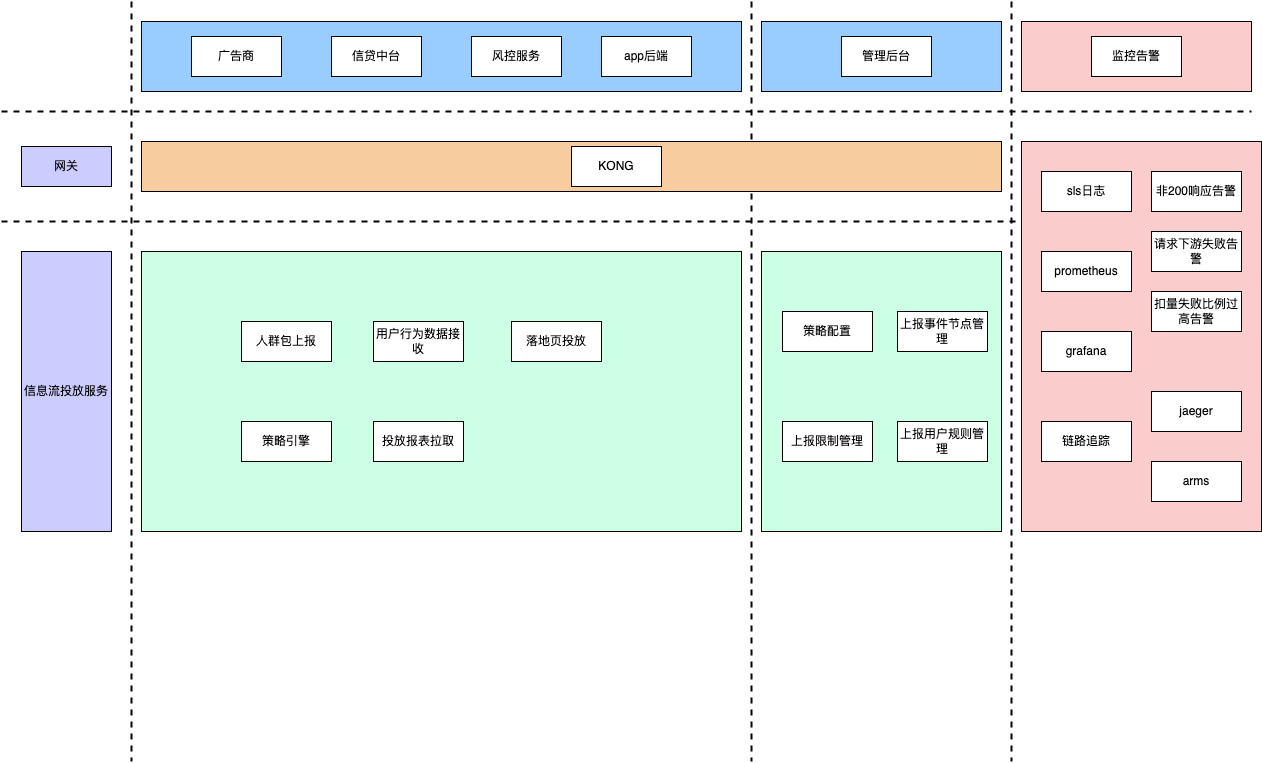
Before: 信息流投放架构.png, a diagram exported from draw.io (yuanlj-tea/picgo). Source tidied: cells renumbered, new cells last; positions are measured from the earlier drawing's top-left corner, leaving out a move shared by most shapes.
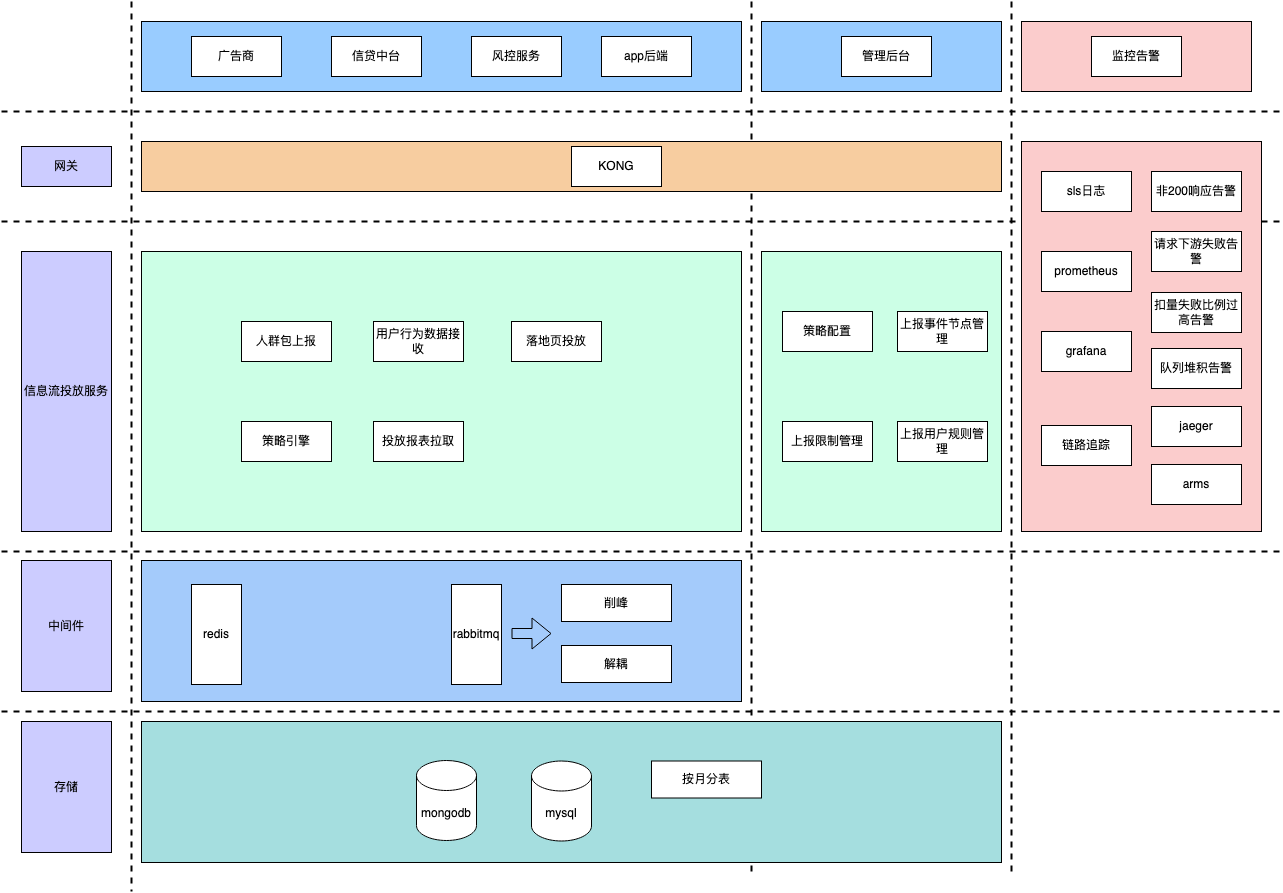
After the commit.

Commit message:
更新信息流投放架构.png

The edit, as a diff of the source:
```diff
@@ -20,13 +20,13 @@
     <mxCell id="7" style="endArrow=none;dashed=1;html=1;rounded=0;strokeWidth=2;" parent="1" edge="1">
       <mxGeometry relative="1" as="geometry">
         <mxPoint y="110" as="sourcePoint" />
-        <mxPoint x="1250" y="110" as="targetPoint" />
+        <mxPoint x="1280" y="110" as="targetPoint" />
       </mxGeometry>
     </mxCell>
     <mxCell id="8" style="endArrow=none;dashed=1;html=1;rounded=0;strokeWidth=2;" parent="1" edge="1">
       <mxGeometry relative="1" as="geometry">
         <mxPoint x="750" as="sourcePoint" />
-        <mxPoint x="750" y="760" as="targetPoint" />
+        <mxPoint x="750" y="870" as="targetPoint" />
       </mxGeometry>
     </mxCell>
     <mxCell id="9" style="rounded=0;whiteSpace=wrap;html=1;fillColor=#99CCFF;" parent="1" vertex="1">
@@ -38,7 +38,7 @@
     <mxCell id="11" style="endArrow=none;dashed=1;html=1;rounded=0;strokeWidth=2;" parent="1" edge="1">
       <mxGeometry relative="1" as="geometry">
         <mxPoint x="130" as="sourcePoint" />
-        <mxPoint x="130" y="760" as="targetPoint" />
+        <mxPoint x="130" y="890" as="targetPoint" />
       </mxGeometry>
     </mxCell>
     <mxCell id="12" value="网关" style="rounded=0;whiteSpace=wrap;html=1;fillColor=#CCCCFF;" parent="1" vertex="1">
@@ -50,7 +50,7 @@
     <mxCell id="14" style="endArrow=none;dashed=1;html=1;rounded=0;strokeWidth=2;" parent="1" edge="1">
       <mxGeometry relative="1" as="geometry">
         <mxPoint y="220" as="sourcePoint" />
-        <mxPoint x="1250" y="220" as="targetPoint" />
+        <mxPoint x="1280" y="220" as="targetPoint" />
       </mxGeometry>
     </mxCell>
     <mxCell id="15" value="KONG" style="rounded=0;whiteSpace=wrap;html=1;" parent="1" vertex="1">
@@ -68,7 +68,7 @@
     <mxCell id="19" style="endArrow=none;dashed=1;html=1;rounded=0;strokeWidth=2;" parent="1" edge="1">
       <mxGeometry relative="1" as="geometry">
         <mxPoint x="1010" as="sourcePoint" />
-        <mxPoint x="1010" y="760" as="targetPoint" />
+        <mxPoint x="1010" y="870" as="targetPoint" />
       </mxGeometry>
     </mxCell>
     <mxCell id="20" style="rounded=0;whiteSpace=wrap;html=1;fillColor=#CCFFE6;" parent="1" vertex="1">
@@ -123,16 +123,70 @@
       <mxGeometry x="1040" y="330" width="90" height="40" as="geometry" />
     </mxCell>
     <mxCell id="37" value="链路追踪" style="rounded=0;whiteSpace=wrap;html=1;" parent="1" vertex="1">
-      <mxGeometry x="1040" y="420" width="90" height="40" as="geometry" />
+      <mxGeometry x="1040" y="424" width="90" height="40" as="geometry" />
     </mxCell>
     <mxCell id="38" value="jaeger" style="rounded=0;whiteSpace=wrap;html=1;" parent="1" vertex="1">
-      <mxGeometry x="1150" y="390" width="90" height="40" as="geometry" />
+      <mxGeometry x="1150" y="405" width="90" height="40" as="geometry" />
     </mxCell>
     <mxCell id="39" value="arms" style="rounded=0;whiteSpace=wrap;html=1;" parent="1" vertex="1">
-      <mxGeometry x="1150" y="460" width="90" height="40" as="geometry" />
+      <mxGeometry x="1150" y="463" width="90" height="40" as="geometry" />
     </mxCell>
     <mxCell id="40" value="扣量失败比例过高告警" style="rounded=0;whiteSpace=wrap;html=1;" parent="1" vertex="1">
-      <mxGeometry x="1150" y="290" width="90" height="40" as="geometry" />
+      <mxGeometry x="1150" y="291" width="90" height="40" as="geometry" />
     </mxCell>
+    <mxCell id="41" value="队列堆积告警" style="rounded=0;whiteSpace=wrap;html=1;" parent="1" vertex="1">
+      <mxGeometry x="1150" y="347" width="90" height="40" as="geometry" />
+    </mxCell>
+    <mxCell id="42" style="endArrow=none;dashed=1;html=1;rounded=0;strokeWidth=2;" parent="1" edge="1">
+      <mxGeometry relative="1" as="geometry">
+        <mxPoint y="550" as="sourcePoint" />
+        <mxPoint x="1280" y="550" as="targetPoint" />
+      </mxGeometry>
+    </mxCell>
+    <mxCell id="43" value="中间件" style="rounded=0;whiteSpace=wrap;html=1;fillColor=#CCCCFF;" parent="1" vertex="1">
+      <mxGeometry x="20" y="559" width="90" height="131" as="geometry" />
+    </mxCell>
+    <mxCell id="44" style="endArrow=none;dashed=1;html=1;rounded=0;strokeWidth=2;" parent="1" edge="1">
+      <mxGeometry relative="1" as="geometry">
+        <mxPoint y="710" as="sourcePoint" />
+        <mxPoint x="1280" y="710" as="targetPoint" />
+      </mxGeometry>
+    </mxCell>
+    <mxCell id="45" style="rounded=0;whiteSpace=wrap;html=1;fillColor=#A4CBFB;" parent="1" vertex="1">
+      <mxGeometry x="140" y="559" width="600" height="141" as="geometry" />
+    </mxCell>
+    <mxCell id="46" value="redis" style="rounded=0;whiteSpace=wrap;html=1;" parent="1" vertex="1">
+      <mxGeometry x="190" y="583" width="50" height="100" as="geometry" />
+    </mxCell>
+    <mxCell id="47" value="rabbitmq" style="rounded=0;whiteSpace=wrap;html=1;" parent="1" vertex="1">
+      <mxGeometry x="450" y="583" width="50" height="100" as="geometry" />
+    </mxCell>
+    <mxCell id="48" value="存储" style="rounded=0;whiteSpace=wrap;html=1;fillColor=#CCCCFF;" parent="1" vertex="1">
+      <mxGeometry x="20" y="720" width="90" height="131" as="geometry" />
+    </mxCell>
+    <mxCell id="49" value="削峰" style="rounded=0;whiteSpace=wrap;html=1;" parent="1" vertex="1">
+      <mxGeometry x="560" y="583" width="110" height="37" as="geometry" />
+    </mxCell>
+    <mxCell id="50" value="解耦" style="rounded=0;whiteSpace=wrap;html=1;" parent="1" vertex="1">
+      <mxGeometry x="560" y="644" width="110" height="37" as="geometry" />
+    </mxCell>
+    <mxCell id="51" style="shape=flexArrow;endArrow=classic;html=1;rounded=0;" parent="1" edge="1">
+      <mxGeometry relative="1" as="geometry">
+        <mxPoint x="510" y="632" as="sourcePoint" />
+        <mxPoint x="550" y="632" as="targetPoint" />
+      </mxGeometry>
+    </mxCell>
+    <mxCell id="52" style="rounded=0;whiteSpace=wrap;html=1;fillColor=#A5DEDF;" parent="1" vertex="1">
+      <mxGeometry x="140" y="720" width="860" height="141" as="geometry" />
+    </mxCell>
+    <mxCell id="53" value="mongodb" style="shape=cylinder3;whiteSpace=wrap;html=1;boundedLbl=1;backgroundOutline=1;size=15;" parent="1" vertex="1">
+      <mxGeometry x="415" y="759" width="60" height="80" as="geometry" />
+    </mxCell>
+    <mxCell id="54" value="mysql" style="shape=cylinder3;whiteSpace=wrap;html=1;boundedLbl=1;backgroundOutline=1;size=15;" parent="1" vertex="1">
+      <mxGeometry x="530" y="759.5" width="60" height="80" as="geometry" />
+    </mxCell>
+    <mxCell id="55" value="按月分表" style="rounded=0;whiteSpace=wrap;html=1;" parent="1" vertex="1">
+      <mxGeometry x="650" y="759.5" width="110" height="37" as="geometry" />
+    </mxCell>
   </root>
 </mxGraphModel>
```
